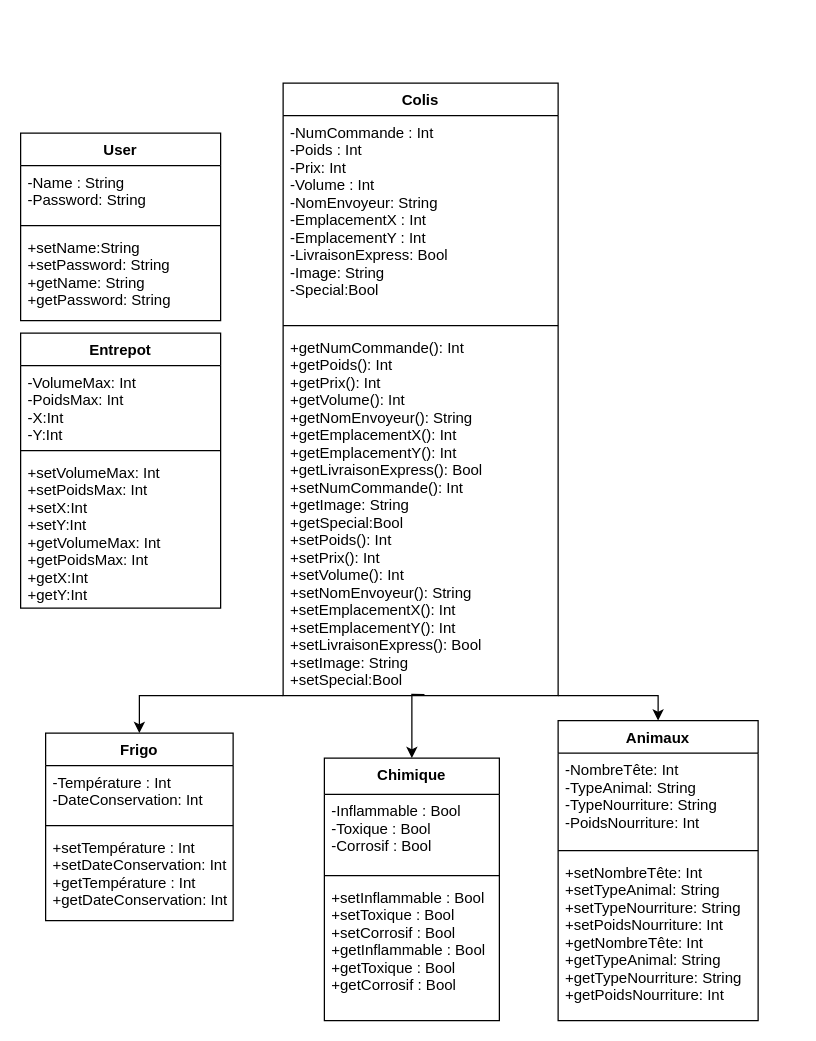
Above: Untitled Diagram.drawio.xml in Gyom03/Hackathon (draw.io), before the change. Source tidied: cells renumbered, new cells numbered last; positions are measured from the earlier drawing's top-left corner, leaving out a move shared by most shapes. Both pictures are drawn from the tidied source at 125%, with x=0, y=0 at pixel (20, 82).
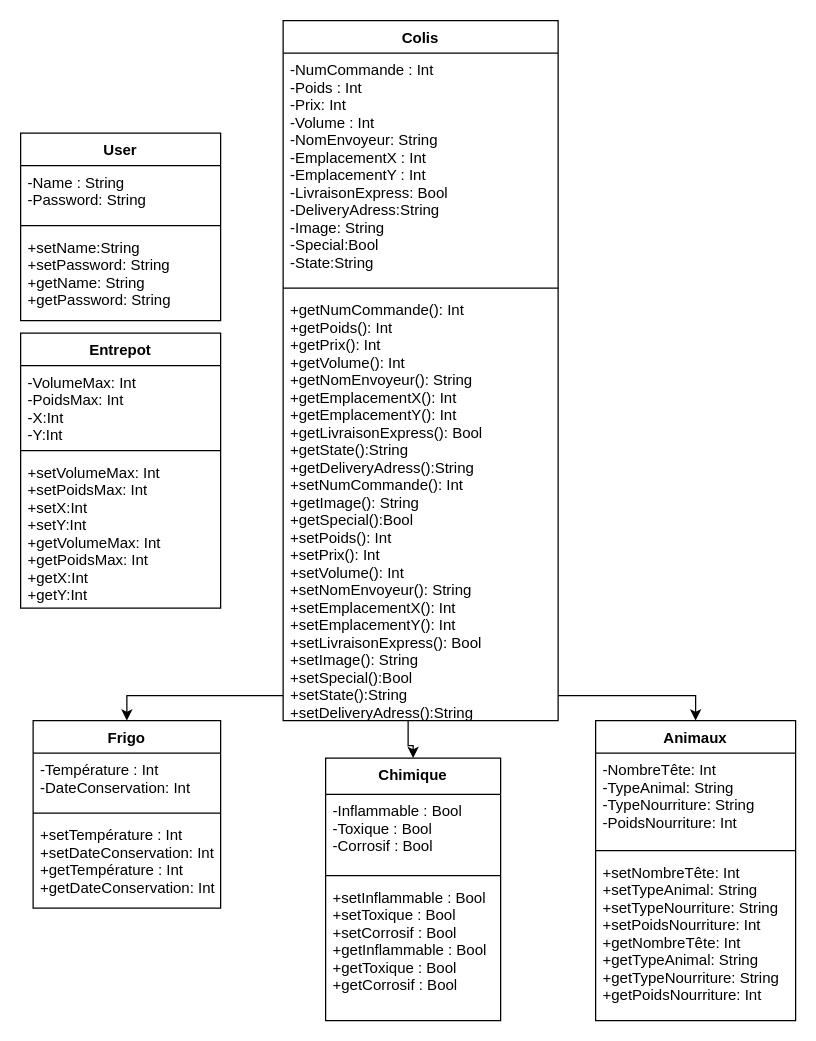
Above is the later version.

The edit, as a diff of the source:
```diff
@@
     <mxCell id="2" value="Frigo" style="swimlane;fontStyle=1;align=center;verticalAlign=top;horizontal=1;startSize=26;" parent="1" vertex="1">
-      <mxGeometry x="20" y="520" width="150" height="150" as="geometry" />
+      <mxGeometry x="10" y="510" width="150" height="150" as="geometry" />
     </mxCell>
@@
     <mxCell id="6" value="Chimique" style="swimlane;fontStyle=1;align=center;verticalAlign=top;horizontal=1;startSize=29;" parent="1" vertex="1">
-      <mxGeometry x="243" y="540" width="140" height="210" as="geometry" />
+      <mxGeometry x="244" y="540" width="140" height="210" as="geometry" />
     </mxCell>
@@
     <mxCell id="12" value="Colis" style="swimlane;fontStyle=1;align=center;verticalAlign=top;horizontal=1;startSize=26;" parent="1" vertex="1">
-      <mxGeometry x="210" width="220" height="490" as="geometry" />
+      <mxGeometry x="210" y="-50" width="220" height="560" as="geometry" />
     </mxCell>
-    <mxCell id="13" value="-NumCommande : Int&#10;-Poids : Int&#10;-Prix: Int&#10;-Volume : Int&#10;-NomEnvoyeur: String&#10;-EmplacementX : Int&#10;-EmplacementY : Int&#10;-LivraisonExpress: Bool&#10;-Image: String&#10;-Special:Bool" style="text;strokeColor=none;fillColor=none;align=left;verticalAlign=top;spacingLeft=4;spacingRight=4;overflow=hidden;" parent="12" vertex="1">
-      <mxGeometry y="26" width="220" height="164" as="geometry" />
+    <mxCell id="13" value="-NumCommande : Int&#10;-Poids : Int&#10;-Prix: Int&#10;-Volume : Int&#10;-NomEnvoyeur: String&#10;-EmplacementX : Int&#10;-EmplacementY : Int&#10;-LivraisonExpress: Bool&#10;-DeliveryAdress:String&#10;-Image: String&#10;-Special:Bool&#10;-State:String" style="text;strokeColor=none;fillColor=none;align=left;verticalAlign=top;spacingLeft=4;spacingRight=4;overflow=hidden;" parent="12" vertex="1">
+      <mxGeometry y="26" width="220" height="184" as="geometry" />
     </mxCell>
     <mxCell id="14" style="line;strokeWidth=1;fillColor=none;align=left;verticalAlign=middle;spacingTop=-1;spacingLeft=3;spacingRight=3;labelPosition=right;" parent="12" vertex="1">
-      <mxGeometry y="190" width="220" height="8" as="geometry" />
+      <mxGeometry y="210" width="220" height="8" as="geometry" />
     </mxCell>
-    <mxCell id="15" value="+getNumCommande(): Int&#10;+getPoids(): Int&#10;+getPrix(): Int&#10;+getVolume(): Int&#10;+getNomEnvoyeur(): String&#10;+getEmplacementX(): Int&#10;+getEmplacementY(): Int&#10;+getLivraisonExpress(): Bool&#10;+setNumCommande(): Int&#10;+getImage: String&#10;+getSpecial:Bool&#10;+setPoids(): Int&#10;+setPrix(): Int&#10;+setVolume(): Int&#10;+setNomEnvoyeur(): String&#10;+setEmplacementX(): Int&#10;+setEmplacementY(): Int&#10;+setLivraisonExpress(): Bool&#10;+setImage: String&#10;+setSpecial:Bool" style="text;strokeColor=none;fillColor=none;align=left;verticalAlign=top;spacingLeft=4;spacingRight=4;overflow=hidden;points=[[0,0.5],[1,0.5]];portConstraint=eastwest;" parent="12" vertex="1">
-      <mxGeometry y="198" width="220" height="292" as="geometry" />
+    <mxCell id="15" value="+getNumCommande(): Int&#10;+getPoids(): Int&#10;+getPrix(): Int&#10;+getVolume(): Int&#10;+getNomEnvoyeur(): String&#10;+getEmplacementX(): Int&#10;+getEmplacementY(): Int&#10;+getLivraisonExpress(): Bool&#10;+getState():String&#10;+getDeliveryAdress():String&#10;+setNumCommande(): Int&#10;+getImage(): String&#10;+getSpecial():Bool&#10;+setPoids(): Int&#10;+setPrix(): Int&#10;+setVolume(): Int&#10;+setNomEnvoyeur(): String&#10;+setEmplacementX(): Int&#10;+setEmplacementY(): Int&#10;+setLivraisonExpress(): Bool&#10;+setImage(): String&#10;+setSpecial():Bool&#10;+setState():String&#10;+setDeliveryAdress():String" style="text;strokeColor=none;fillColor=none;align=left;verticalAlign=top;spacingLeft=4;spacingRight=4;overflow=hidden;points=[[0,0.5],[1,0.5]];portConstraint=eastwest;" parent="12" vertex="1">
+      <mxGeometry y="218" width="220" height="342" as="geometry" />
     </mxCell>
     <mxCell id="16" value="Animaux" style="swimlane;fontStyle=1;align=center;verticalAlign=top;horizontal=1;startSize=26;" parent="1" vertex="1">
-      <mxGeometry x="430" y="510" width="160" height="240" as="geometry" />
+      <mxGeometry x="460" y="510" width="160" height="240" as="geometry" />
     </mxCell>
@@
-    <mxCell id="28" style="edgeStyle=orthogonalEdgeStyle;rounded=0;jettySize=auto;html=1;entryX=0.5;entryY=0;entryDx=0;entryDy=0;exitX=0.514;exitY=0.997;exitDx=0;exitDy=0;exitPerimeter=0;" parent="1" edge="1" source="15" target="6">
+    <mxCell id="28" style="edgeStyle=orthogonalEdgeStyle;rounded=0;jettySize=auto;html=1;" parent="1" edge="1" source="15" target="6">
       <mxGeometry relative="1" as="geometry">
         <Array as="points">
-          <mxPoint x="313" y="489" />
+          <mxPoint x="310" y="530" />
+          <mxPoint x="314" y="530" />
         </Array>
       </mxGeometry>
     </mxCell>
```
